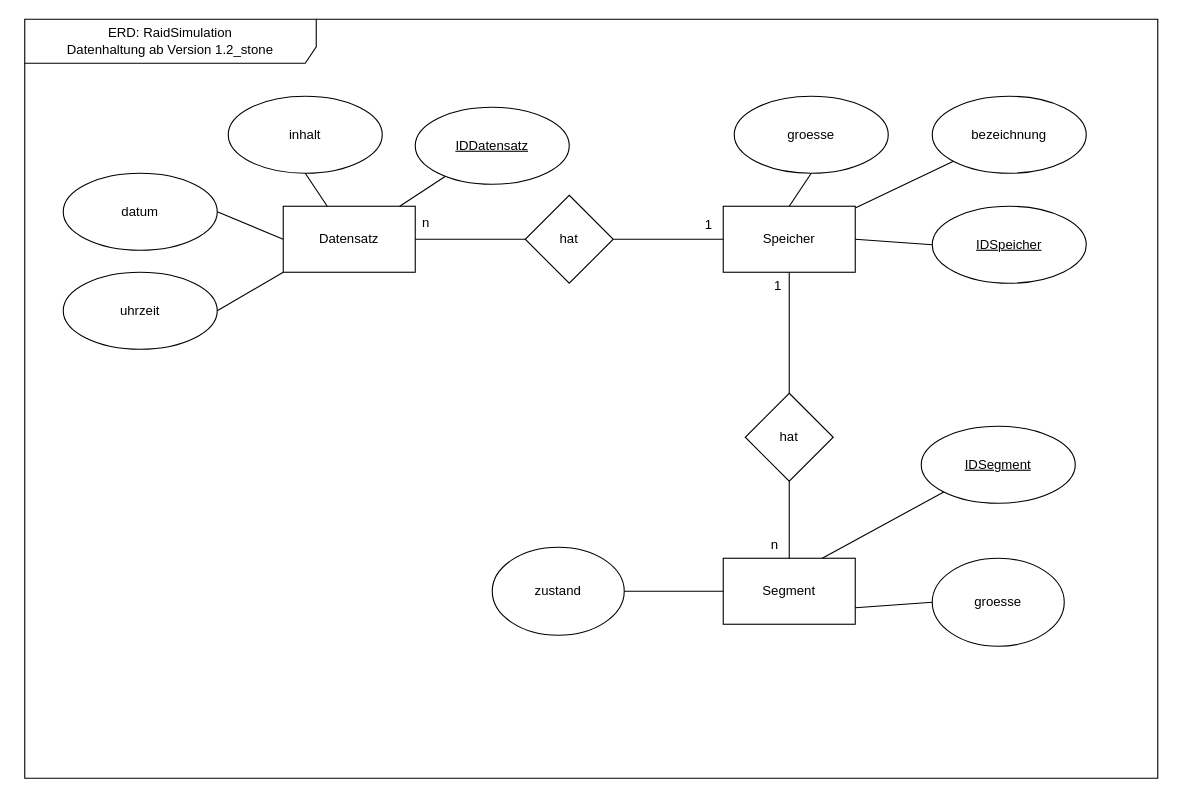
Before: ERDRaidSimulation.drawio in InnozenzLanze/raid_simulation, a draw.io diagram. Source tidied: cells renumbered, new cells numbered last; positions are measured from the earlier drawing's top-left corner, leaving out a move shared by most shapes. Both pictures are drawn from the tidied source at 110%, with x=0, y=0 at pixel (24, 19).
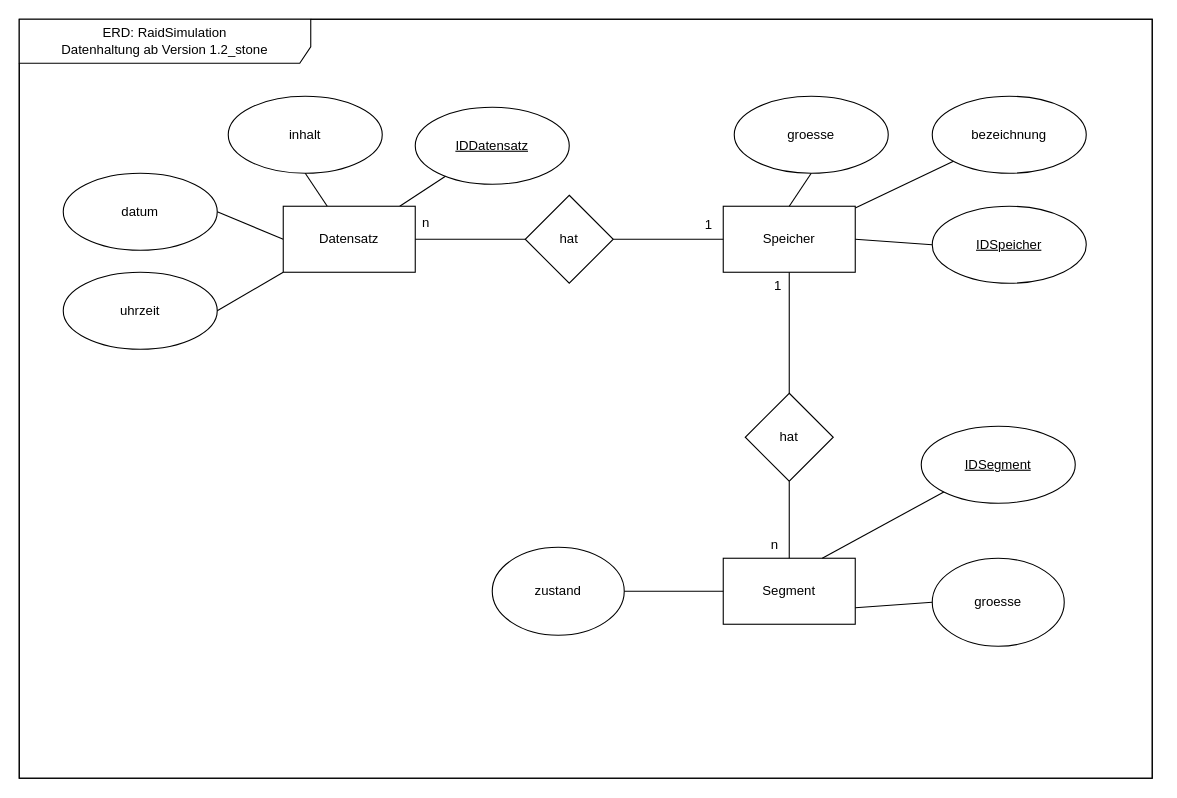
The same diagram, later.

Commit message (it also covers changes not shown here):
Swap Visio -> draw.io

Change to the diagram source:
```diff
@@
+    <mxCell id="36" style="rounded=0;whiteSpace=wrap;html=1;" parent="1" vertex="1">
+      <mxGeometry x="-5" width="1030" height="690" as="geometry" />
+    </mxCell>
     <mxCell id="2" value="ERD: RaidSimulation&lt;div&gt;Datenhaltung ab Version 1.2_stone&lt;/div&gt;" style="shape=umlFrame;whiteSpace=wrap;html=1;width=265;height=40;" parent="1" vertex="1">
-      <mxGeometry width="1030" height="690" as="geometry" />
+      <mxGeometry x="-5" width="1030" height="690" as="geometry" />
     </mxCell>
```
